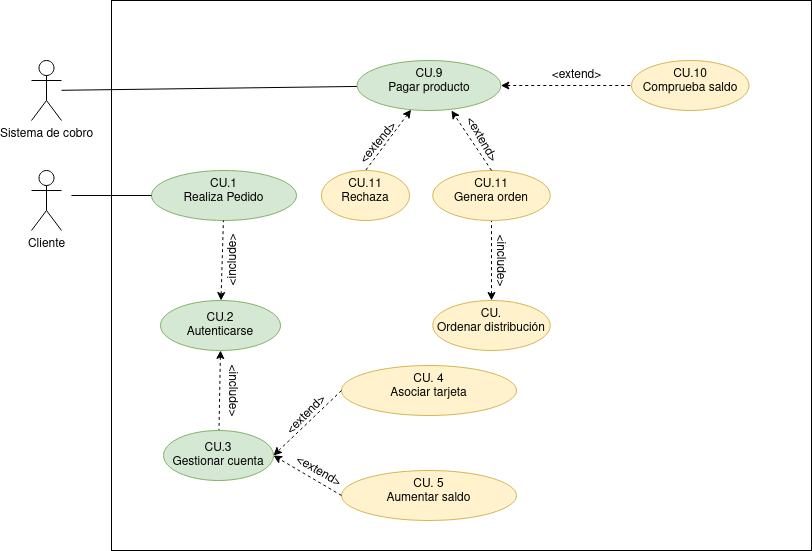
Before: Tareas/casosUso/Tarea5-Tienda Virtual/img/TiendaVirtual.drawio.png, a diagram exported from draw.io (colidom/ets). Source tidied: cells renumbered, new cells last; positions are measured from the earlier drawing's top-left corner, leaving out a move shared by most shapes.
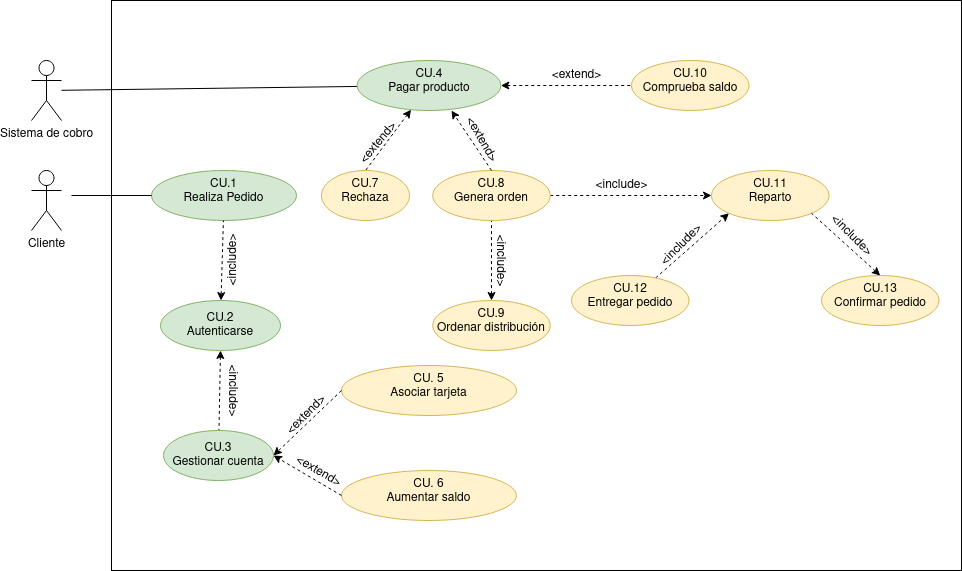
After the commit.

Change to the diagram source:
```diff
@@ -3,7 +3,7 @@
     <mxCell id="0" />
     <mxCell id="1" parent="0" />
     <mxCell id="2" style="rounded=0;whiteSpace=wrap;html=1;" parent="1" vertex="1">
-      <mxGeometry x="80" width="700" height="550" as="geometry" />
+      <mxGeometry x="80" width="850" height="570" as="geometry" />
     </mxCell>
     <mxCell id="3" style="rounded=0;jettySize=auto;html=1;entryX=0;entryY=0.5;entryDx=0;entryDy=0;dashed=1;" parent="1" edge="1" target="4">
       <mxGeometry relative="1" as="geometry">
@@ -13,7 +13,7 @@
     <mxCell id="4" value="&lt;div&gt;CU.1&lt;/div&gt;&lt;div&gt;Realiza Pedido&lt;/div&gt;" style="ellipse;whiteSpace=wrap;html=1;verticalAlign=top;fillColor=#d5e8d4;strokeColor=#82b366;" parent="1" vertex="1">
       <mxGeometry x="120" y="170" width="145" height="50" as="geometry" />
     </mxCell>
-    <mxCell id="5" value="&lt;div&gt;CU. 4&lt;br&gt;&lt;/div&gt;&lt;div&gt;Asociar tarjeta&lt;/div&gt;" style="ellipse;whiteSpace=wrap;html=1;verticalAlign=top;fillColor=#fff2cc;strokeColor=#d6b656;" parent="1" vertex="1">
+    <mxCell id="5" value="&lt;div&gt;CU. 5&lt;br&gt;&lt;/div&gt;&lt;div&gt;Asociar tarjeta&lt;/div&gt;" style="ellipse;whiteSpace=wrap;html=1;verticalAlign=top;fillColor=#fff2cc;strokeColor=#d6b656;" parent="1" vertex="1">
       <mxGeometry x="310" y="365" width="175" height="50" as="geometry" />
     </mxCell>
     <mxCell id="6" value="Cliente" style="shape=umlActor;verticalLabelPosition=bottom;verticalAlign=top;html=1;" parent="1" vertex="1">
@@ -51,7 +51,7 @@
     <mxCell id="16" style="endArrow=classic;html=1;rounded=0;dashed=1;entryX=1;entryY=0.5;entryDx=0;entryDy=0;exitX=0;exitY=0.5;exitDx=0;exitDy=0;" parent="1" edge="1" source="5" target="14">
       <mxGeometry relative="1" as="geometry" />
     </mxCell>
-    <mxCell id="17" value="&lt;div&gt;CU. 5&lt;br&gt;&lt;/div&gt;&lt;div&gt;Aumentar saldo&lt;/div&gt;" style="ellipse;whiteSpace=wrap;html=1;verticalAlign=top;fillColor=#fff2cc;strokeColor=#d6b656;" parent="1" vertex="1">
+    <mxCell id="17" value="&lt;div&gt;CU. 6&lt;br&gt;&lt;/div&gt;&lt;div&gt;Aumentar saldo&lt;/div&gt;" style="ellipse;whiteSpace=wrap;html=1;verticalAlign=top;fillColor=#fff2cc;strokeColor=#d6b656;" parent="1" vertex="1">
       <mxGeometry x="310" y="470" width="175" height="50" as="geometry" />
     </mxCell>
     <mxCell id="18" style="endArrow=classic;html=1;rounded=0;dashed=1;entryX=1;entryY=0.5;entryDx=0;entryDy=0;exitX=0;exitY=0.5;exitDx=0;exitDy=0;" parent="1" edge="1" source="17" target="14">
@@ -66,25 +66,28 @@
     <mxCell id="21" style="edgeStyle=none;rounded=0;jettySize=auto;html=1;dashed=1;startArrow=classic;startFill=1;endArrow=none;endFill=0;exitX=1;exitY=0.5;exitDx=0;exitDy=0;entryX=0;entryY=0.5;entryDx=0;entryDy=0;" parent="1" edge="1" source="22" target="23">
       <mxGeometry relative="1" as="geometry" />
     </mxCell>
-    <mxCell id="22" value="CU.9&lt;br&gt;Pagar producto" style="ellipse;whiteSpace=wrap;html=1;verticalAlign=top;fillColor=#d5e8d4;strokeColor=#82b366;" parent="1" vertex="1">
+    <mxCell id="22" value="CU.4&lt;br&gt;Pagar producto" style="ellipse;whiteSpace=wrap;html=1;verticalAlign=top;fillColor=#d5e8d4;strokeColor=#82b366;" parent="1" vertex="1">
       <mxGeometry x="325.6" y="60" width="143.8" height="50" as="geometry" />
     </mxCell>
     <mxCell id="23" value="CU.10&lt;br&gt;Comprueba saldo" style="ellipse;whiteSpace=wrap;html=1;verticalAlign=top;fillColor=#fff2cc;strokeColor=#d6b656;" parent="1" vertex="1">
       <mxGeometry x="600" y="60" width="117.5" height="50" as="geometry" />
     </mxCell>
-    <mxCell id="24" value="&lt;div&gt;CU.&lt;/div&gt;&lt;div&gt;Ordenar distribución&lt;br&gt;&lt;/div&gt;" style="ellipse;whiteSpace=wrap;html=1;verticalAlign=top;fillColor=#fff2cc;strokeColor=#d6b656;" parent="1" vertex="1">
+    <mxCell id="24" value="&lt;div&gt;CU.9&lt;/div&gt;&lt;div&gt;Ordenar distribución&lt;br&gt;&lt;/div&gt;" style="ellipse;whiteSpace=wrap;html=1;verticalAlign=top;fillColor=#fff2cc;strokeColor=#d6b656;" parent="1" vertex="1">
       <mxGeometry x="401.2" y="300" width="117.5" height="50" as="geometry" />
     </mxCell>
     <mxCell id="25" style="endArrow=none;html=1;rounded=0;dashed=1;entryX=0.5;entryY=1;entryDx=0;entryDy=0;exitX=0.5;exitY=0;exitDx=0;exitDy=0;startArrow=classic;startFill=1;endFill=0;" parent="1" edge="1" source="24" target="26">
       <mxGeometry relative="1" as="geometry" />
     </mxCell>
+    <mxCell id="34" style="edgeStyle=none;rounded=0;jettySize=auto;html=1;dashed=1;startArrow=none;startFill=0;endArrow=classic;endFill=1;" parent="1" edge="1" source="26" target="35">
+      <mxGeometry relative="1" as="geometry" />
+    </mxCell>
-    <mxCell id="26" value="CU.11&lt;br&gt;Genera orden" style="ellipse;whiteSpace=wrap;html=1;verticalAlign=top;fillColor=#fff2cc;strokeColor=#d6b656;" parent="1" vertex="1">
+    <mxCell id="26" value="CU.8&lt;br&gt;Genera orden" style="ellipse;whiteSpace=wrap;html=1;verticalAlign=top;fillColor=#fff2cc;strokeColor=#d6b656;" parent="1" vertex="1">
       <mxGeometry x="401.2" y="170" width="117.5" height="50" as="geometry" />
     </mxCell>
     <mxCell id="27" style="rounded=0;jettySize=auto;html=1;entryX=0.656;entryY=1;entryDx=0;entryDy=0;dashed=1;exitX=0.5;exitY=0;exitDx=0;exitDy=0;entryPerimeter=0;" parent="1" edge="1" source="26" target="22">
       <mxGeometry relative="1" as="geometry" />
     </mxCell>
-    <mxCell id="28" value="CU.11&lt;br&gt;Rechaza" style="ellipse;whiteSpace=wrap;html=1;verticalAlign=top;fillColor=#fff2cc;strokeColor=#d6b656;" parent="1" vertex="1">
+    <mxCell id="28" value="CU.7&lt;br&gt;Rechaza" style="ellipse;whiteSpace=wrap;html=1;verticalAlign=top;fillColor=#fff2cc;strokeColor=#d6b656;" parent="1" vertex="1">
       <mxGeometry x="290" y="170" width="88" height="50" as="geometry" />
     </mxCell>
     <mxCell id="29" style="endArrow=none;html=1;rounded=0;dashed=1;entryX=0.5;entryY=0;entryDx=0;entryDy=0;startArrow=classic;startFill=1;endFill=0;" parent="1" edge="1" source="22" target="28">
@@ -102,5 +105,29 @@
     <mxCell id="33" value="&amp;lt;extend&amp;gt;" style="text;html=1;align=center;verticalAlign=middle;strokeColor=none;fillColor=none;rotation=60;" parent="1" vertex="1">
       <mxGeometry x="415" y="124" width="70" height="30" as="geometry" />
     </mxCell>
+    <mxCell id="35" value="CU.11&lt;br&gt;Reparto" style="ellipse;whiteSpace=wrap;html=1;verticalAlign=top;fillColor=#fff2cc;strokeColor=#d6b656;" parent="1" vertex="1">
+      <mxGeometry x="680" y="170" width="117.5" height="50" as="geometry" />
+    </mxCell>
+    <mxCell id="36" style="edgeStyle=none;rounded=0;jettySize=auto;html=1;dashed=1;startArrow=none;startFill=0;endArrow=classic;endFill=1;entryX=0;entryY=1;entryDx=0;entryDy=0;" parent="1" edge="1" source="37" target="35">
+      <mxGeometry relative="1" as="geometry" />
+    </mxCell>
+    <mxCell id="37" value="&lt;div&gt;CU.12&lt;/div&gt;&lt;div&gt;Entregar pedido&lt;/div&gt;" style="ellipse;whiteSpace=wrap;html=1;verticalAlign=top;fillColor=#fff2cc;strokeColor=#d6b656;" parent="1" vertex="1">
+      <mxGeometry x="540" y="275" width="117.5" height="50" as="geometry" />
+    </mxCell>
+    <mxCell id="38" value="&lt;div&gt;CU.13&lt;/div&gt;&lt;div&gt;Confirmar pedido&lt;/div&gt;" style="ellipse;whiteSpace=wrap;html=1;verticalAlign=top;fillColor=#fff2cc;strokeColor=#d6b656;" parent="1" vertex="1">
+      <mxGeometry x="790" y="275" width="117.5" height="50" as="geometry" />
+    </mxCell>
+    <mxCell id="39" value="&amp;lt;include&amp;gt;" style="text;html=1;align=center;verticalAlign=middle;strokeColor=none;fillColor=none;rotation=0;" parent="1" vertex="1">
+      <mxGeometry x="550" y="170" width="80" height="30" as="geometry" />
+    </mxCell>
+    <mxCell id="40" value="&amp;lt;include&amp;gt;" style="text;html=1;align=center;verticalAlign=middle;strokeColor=none;fillColor=none;rotation=-45;" parent="1" vertex="1">
+      <mxGeometry x="610" y="230" width="80" height="30" as="geometry" />
+    </mxCell>
+    <mxCell id="41" style="edgeStyle=none;rounded=0;jettySize=auto;html=1;dashed=1;startArrow=classic;startFill=1;endArrow=none;endFill=0;exitX=0.5;exitY=0;exitDx=0;exitDy=0;entryX=1;entryY=1;entryDx=0;entryDy=0;" parent="1" edge="1" source="38" target="35">
+      <mxGeometry relative="1" as="geometry" />
+    </mxCell>
+    <mxCell id="42" value="&amp;lt;include&amp;gt;" style="text;html=1;align=center;verticalAlign=middle;strokeColor=none;fillColor=none;rotation=45;" parent="1" vertex="1">
+      <mxGeometry x="780" y="220" width="80" height="30" as="geometry" />
+    </mxCell>
   </root>
 </mxGraphModel>
```
